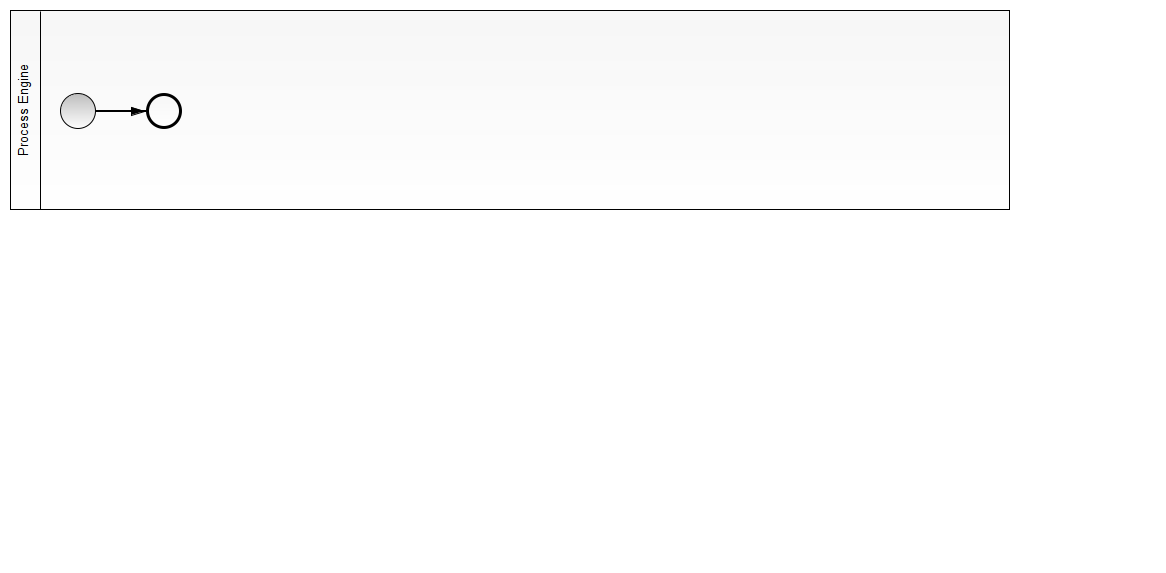
This is snippets/multi-tenancy/src/main/resources/process.png from camunda-consulting/camunda-7-code-examples, a BPMN export, as it was before one commit. Its source is kept beside it as snippets/multi-tenancy/src/main/resources/process.bpmn. Ids are renumbered.
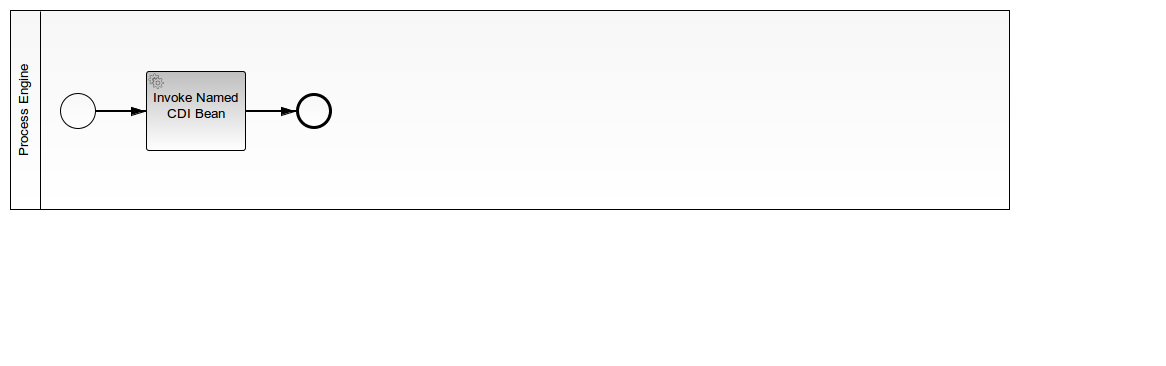
The same diagram one commit later.

Commit message:
Try EJB Injection for getting the correct instance

Change to the diagram source:
```diff
@@ -1,15 +1,20 @@
-<bpmn2:definitions xmlns:xsi="http://www.w3.org/2001/XMLSchema-instance" xmlns:camunda="http://activiti.org/bpmn" xmlns:bpmn2="http://www.omg.org/spec/BPMN/20100524/MODEL" xmlns:bpmndi="http://www.omg.org/spec/BPMN/20100524/DI" xmlns:dc="http://www.omg.org/spec/DD/20100524/DC" xmlns:di="http://www.omg.org/spec/DD/20100524/DI" xsi:schemaLocation="http://www.omg.org/spec/BPMN/20100524/MODEL BPMN20.xsd" id="Definitions_1" targetNamespace="http://www.example.org/bpmn">
+<bpmn2:definitions xmlns:xsi="http://www.w3.org/2001/XMLSchema-instance" xmlns:bpmn2="http://www.omg.org/spec/BPMN/20100524/MODEL" xmlns:bpmndi="http://www.omg.org/spec/BPMN/20100524/DI" xmlns:camunda="http://activiti.org/bpmn" xmlns:dc="http://www.omg.org/spec/DD/20100524/DC" xmlns:di="http://www.omg.org/spec/DD/20100524/DI" xsi:schemaLocation="http://www.omg.org/spec/BPMN/20100524/MODEL BPMN20.xsd" id="Definitions_1" exporter="camunda modeler" exporterVersion="2.6.0" targetNamespace="http://www.example.org/bpmn">
   <bpmn2:collaboration id="Collaboration_1" name="Default Collaboration">
     <bpmn2:participant id="Process_Engine" name="Process Engine" processRef="multi-tenancy"/>
   </bpmn2:collaboration>
   <bpmn2:process id="multi-tenancy" name="multi-tenancy" isExecutable="true">
     <bpmn2:startEvent id="StartEvent_1">
-      <bpmn2:outgoing>SequenceFlow_1</bpmn2:outgoing>
+      <bpmn2:outgoing>SequenceFlow_2</bpmn2:outgoing>
     </bpmn2:startEvent>
-    <bpmn2:endEvent id="EndEvent_1">
-      <bpmn2:incoming>SequenceFlow_1</bpmn2:incoming>
+    <bpmn2:serviceTask id="ServiceTask_1" camunda:expression="${logger.execute(execution)}" name="Invoke Named CDI Bean">
+      <bpmn2:incoming>SequenceFlow_2</bpmn2:incoming>
+      <bpmn2:outgoing>SequenceFlow_3</bpmn2:outgoing>
+    </bpmn2:serviceTask>
+    <bpmn2:sequenceFlow id="SequenceFlow_2" name="" sourceRef="StartEvent_1" targetRef="ServiceTask_1"/>
+    <bpmn2:endEvent id="EndEvent_2">
+      <bpmn2:incoming>SequenceFlow_3</bpmn2:incoming>
     </bpmn2:endEvent>
-    <bpmn2:sequenceFlow id="SequenceFlow_1" sourceRef="StartEvent_1" targetRef="EndEvent_1"/>
+    <bpmn2:sequenceFlow id="SequenceFlow_3" name="" sourceRef="ServiceTask_1" targetRef="EndEvent_2"/>
   </bpmn2:process>
   <bpmndi:BPMNDiagram id="BPMNDiagram_1" name="Default Collaboration Diagram">
     <bpmndi:BPMNPlane id="BPMNPlane_1" bpmnElement="Collaboration_1">
@@ -22,15 +27,19 @@
           <dc:Bounds height="6.0" width="6.0" x="78.0" y="131.0"/>
         </bpmndi:BPMNLabel>
       </bpmndi:BPMNShape>
-      <bpmndi:BPMNShape id="BPMNShape_EndEvent_1" bpmnElement="EndEvent_1">
-        <dc:Bounds height="36.0" width="36.0" x="146.0" y="93.0"/>
-        <bpmndi:BPMNLabel>
-          <dc:Bounds height="6.0" width="6.0" x="164.0" y="131.0"/>
-        </bpmndi:BPMNLabel>
+      <bpmndi:BPMNShape id="_BPMNShape_ServiceTask_2" bpmnElement="ServiceTask_1">
+        <dc:Bounds height="80.0" width="100.0" x="146.0" y="71.0"/>
       </bpmndi:BPMNShape>
-      <bpmndi:BPMNEdge id="BPMNEdge_SequenceFlow_1" bpmnElement="SequenceFlow_1" sourceElement="BPMNShape_StartEvent_1" targetElement="BPMNShape_EndEvent_1">
+      <bpmndi:BPMNEdge id="BPMNEdge_SequenceFlow_2" bpmnElement="SequenceFlow_2" sourceElement="BPMNShape_StartEvent_1" targetElement="_BPMNShape_ServiceTask_2">
         <di:waypoint xsi:type="dc:Point" x="96.0" y="111.0"/>
         <di:waypoint xsi:type="dc:Point" x="146.0" y="111.0"/>
+      </bpmndi:BPMNEdge>
+      <bpmndi:BPMNShape id="_BPMNShape_EndEvent_2" bpmnElement="EndEvent_2">
+        <dc:Bounds height="36.0" width="36.0" x="296.0" y="93.0"/>
+      </bpmndi:BPMNShape>
+      <bpmndi:BPMNEdge id="BPMNEdge_SequenceFlow_3" bpmnElement="SequenceFlow_3" sourceElement="_BPMNShape_ServiceTask_2" targetElement="_BPMNShape_EndEvent_2">
+        <di:waypoint xsi:type="dc:Point" x="246.0" y="111.0"/>
+        <di:waypoint xsi:type="dc:Point" x="296.0" y="111.0"/>
       </bpmndi:BPMNEdge>
     </bpmndi:BPMNPlane>
   </bpmndi:BPMNDiagram>
```
